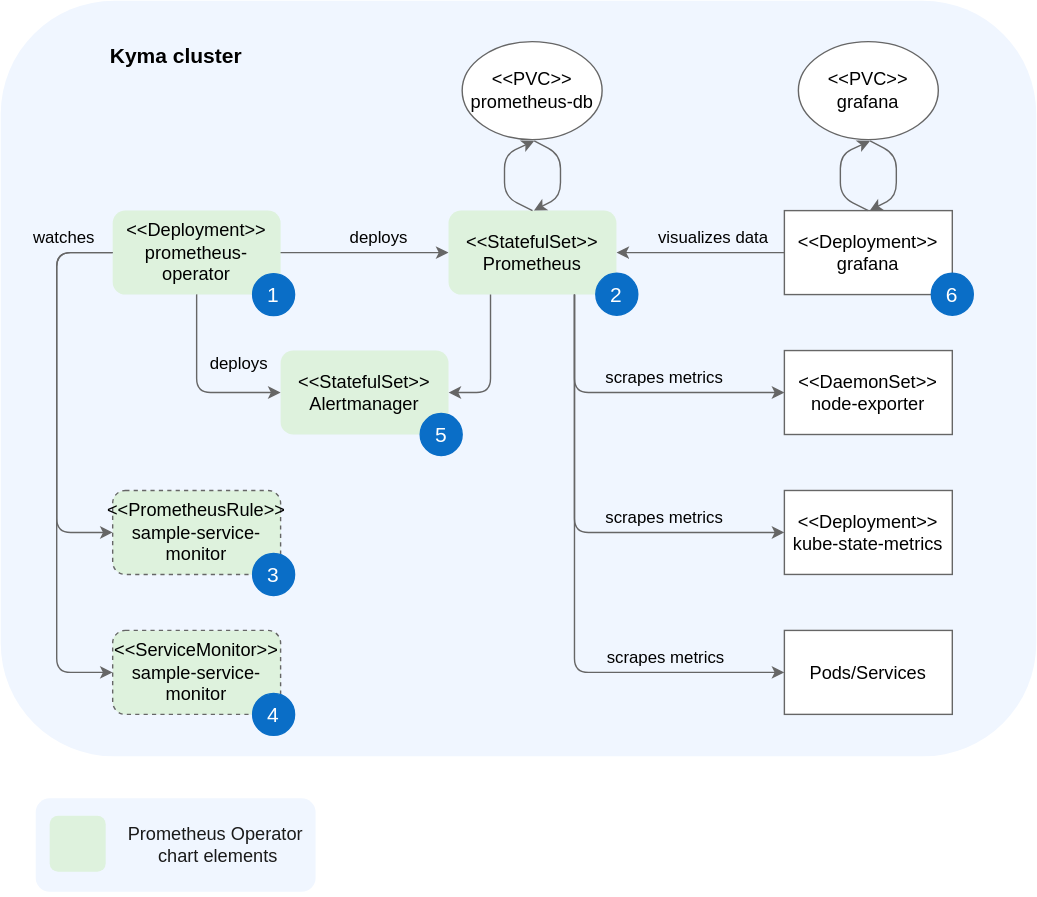
Before: docs/05-technical-reference/00-architecture/assets/obsv-monitoring-architecture.svg, a diagram exported from draw.io (kyma-project/kyma). Source tidied: cells renumbered, new cells last; positions are measured from the earlier drawing's top-left corner, leaving out a move shared by most shapes. The source it was exported from:
```xml
<mxGraphModel>
  <root>
    <mxCell id="0" />
    <mxCell id="1" parent="0" />
    <mxCell id="2" style="rounded=0;whiteSpace=wrap;html=1;strokeColor=none;" parent="1" vertex="1">
      <mxGeometry width="740" height="640" as="geometry" />
    </mxCell>
    <mxCell id="3" style="rounded=1;whiteSpace=wrap;html=1;strokeColor=none;fillColor=#F0F6FF;" parent="1" vertex="1">
      <mxGeometry width="740" height="540" as="geometry" />
    </mxCell>
    <mxCell id="4" style="edgeStyle=orthogonalEdgeStyle;rounded=1;jettySize=auto;html=1;strokeColor=#666666;entryX=0;entryY=0.5;entryDx=0;entryDy=0;" parent="1" edge="1" target="9">
      <mxGeometry relative="1" as="geometry">
        <mxPoint x="140" y="210" as="sourcePoint" />
        <Array as="points">
          <mxPoint x="140" y="180" />
        </Array>
      </mxGeometry>
    </mxCell>
    <mxCell id="5" value="&amp;lt;&amp;lt;Deployment&amp;gt;&amp;gt;&lt;br style=&quot;font-size: 13px;&quot;&gt;prometheus-operator" style="rounded=1;whiteSpace=wrap;html=1;strokeWidth=2;fontSize=13;fillColor=#DEF2DD;strokeColor=none;" parent="1" vertex="1">
      <mxGeometry x="80" y="150" width="120" height="60" as="geometry" />
    </mxCell>
    <mxCell id="6" style="edgeStyle=orthogonalEdgeStyle;rounded=1;jettySize=auto;html=1;strokeColor=#666666;" parent="1" edge="1" source="7" target="9">
      <mxGeometry relative="1" as="geometry" />
    </mxCell>
    <mxCell id="7" value="&amp;lt;&amp;lt;Deployment&amp;gt;&amp;gt;&lt;br style=&quot;font-size: 13px;&quot;&gt;grafana" style="rounded=0;whiteSpace=wrap;html=1;strokeWidth=1;fontSize=13;strokeColor=#666666;" parent="1" vertex="1">
      <mxGeometry x="560" y="150" width="120" height="60" as="geometry" />
    </mxCell>
    <mxCell id="8" value="&amp;lt;&amp;lt;Deployment&amp;gt;&amp;gt;&lt;br style=&quot;font-size: 13px;&quot;&gt;kube-state-metrics" style="rounded=0;whiteSpace=wrap;html=1;strokeWidth=1;fontSize=13;strokeColor=#666666;" parent="1" vertex="1">
      <mxGeometry x="560" y="350" width="120" height="60" as="geometry" />
    </mxCell>
    <mxCell id="9" value="&lt;font style=&quot;font-size: 13px&quot;&gt;&amp;lt;&amp;lt;StatefulSet&amp;gt;&amp;gt;&lt;br style=&quot;font-size: 13px;&quot;&gt;Prometheus&lt;/font&gt;" style="rounded=1;whiteSpace=wrap;html=1;strokeWidth=2;fontSize=13;fillColor=#DEF2DD;strokeColor=none;" parent="1" vertex="1">
      <mxGeometry x="320" y="150" width="120" height="60" as="geometry" />
    </mxCell>
    <mxCell id="10" value="&amp;lt;&amp;lt;PVC&amp;gt;&amp;gt;&lt;br style=&quot;font-size: 13px;&quot;&gt;prometheus-db" style="ellipse;whiteSpace=wrap;html=1;strokeWidth=1;fontSize=13;strokeColor=#666666;" parent="1" vertex="1">
      <mxGeometry x="329.8" y="29.2" width="100" height="70" as="geometry" />
    </mxCell>
    <mxCell id="11" value="&amp;lt;&amp;lt;PVC&amp;gt;&amp;gt;&lt;br style=&quot;font-size: 13px;&quot;&gt;grafana" style="ellipse;whiteSpace=wrap;html=1;strokeWidth=1;fontSize=13;strokeColor=#666666;" parent="1" vertex="1">
      <mxGeometry x="570" y="29.2" width="100" height="70" as="geometry" />
    </mxCell>
    <mxCell id="12" value="&amp;lt;&amp;lt;DaemonSet&amp;gt;&amp;gt;&lt;br style=&quot;font-size: 13px;&quot;&gt;node-exporter" style="rounded=0;whiteSpace=wrap;html=1;strokeWidth=1;fontSize=13;strokeColor=#666666;" parent="1" vertex="1">
      <mxGeometry x="560" y="250" width="120" height="60" as="geometry" />
    </mxCell>
    <mxCell id="13" value="Pods/Services" style="rounded=0;whiteSpace=wrap;html=1;strokeWidth=1;fontSize=13;strokeColor=#666666;" parent="1" vertex="1">
      <mxGeometry x="560" y="450" width="120" height="60" as="geometry" />
    </mxCell>
    <mxCell id="14" value="&lt;font style=&quot;font-size: 15px&quot; color=&quot;#ffffff&quot;&gt;1&lt;/font&gt;" style="ellipse;whiteSpace=wrap;html=1;fillColor=#0A6EC7;strokeColor=#0A6EC7;" parent="1" vertex="1">
      <mxGeometry x="180" y="195" width="30" height="30" as="geometry" />
    </mxCell>
    <mxCell id="15" value="&amp;lt;&amp;lt;PrometheusRule&amp;gt;&amp;gt;&lt;br style=&quot;font-size: 13px&quot;&gt;sample-service-monitor" style="rounded=1;whiteSpace=wrap;html=1;strokeWidth=1;fontSize=13;fillColor=#DEF2DD;dashed=1;strokeColor=#666666;" parent="1" vertex="1">
      <mxGeometry x="80" y="350" width="120" height="60" as="geometry" />
    </mxCell>
    <mxCell id="16" value="scrapes metrics" style="text;html=1;align=center;verticalAlign=middle;" parent="1" vertex="1">
      <mxGeometry x="424.2" y="260" width="100" height="20" as="geometry" />
    </mxCell>
    <mxCell id="17" value="passes alerts" style="text;html=1;align=center;verticalAlign=middle;" parent="1" vertex="1">
      <mxGeometry x="225" y="260" width="90" height="20" as="geometry" />
    </mxCell>
    <mxCell id="18" value="visualizes data" style="text;html=1;align=center;verticalAlign=middle;" parent="1" vertex="1">
      <mxGeometry x="464.2" y="160" width="90" height="20" as="geometry" />
    </mxCell>
    <mxCell id="19" value="&lt;font style=&quot;font-size: 15px&quot; color=&quot;#ffffff&quot;&gt;2&lt;/font&gt;" style="ellipse;whiteSpace=wrap;html=1;fillColor=#0A6EC7;strokeColor=#0A6EC7;" parent="1" vertex="1">
      <mxGeometry x="425.2" y="194.8" width="30" height="30" as="geometry" />
    </mxCell>
    <mxCell id="20" value="&lt;font style=&quot;font-size: 15px&quot; color=&quot;#ffffff&quot;&gt;3&lt;/font&gt;" style="ellipse;whiteSpace=wrap;html=1;fillColor=#0A6EC7;strokeColor=#0A6EC7;" parent="1" vertex="1">
      <mxGeometry x="180" y="395" width="30" height="30" as="geometry" />
    </mxCell>
    <mxCell id="21" value="&lt;font style=&quot;font-size: 15px&quot; color=&quot;#ffffff&quot;&gt;6&lt;/font&gt;" style="ellipse;whiteSpace=wrap;html=1;fillColor=#0A6EC7;strokeColor=#0A6EC7;" parent="1" vertex="1">
      <mxGeometry x="665" y="194.8" width="30" height="30" as="geometry" />
    </mxCell>
    <mxCell id="22" value="deploys" style="text;html=1;align=center;verticalAlign=middle;" parent="1" vertex="1">
      <mxGeometry x="139.8" y="250" width="60" height="20" as="geometry" />
    </mxCell>
    <mxCell id="23" style="edgeStyle=orthogonalEdgeStyle;rounded=1;jettySize=auto;html=1;strokeColor=#666666;exitX=0.75;exitY=1;exitDx=0;exitDy=0;entryX=0;entryY=0.5;entryDx=0;entryDy=0;" parent="1" edge="1" source="9" target="8">
      <mxGeometry relative="1" as="geometry" />
    </mxCell>
    <mxCell id="24" style="edgeStyle=orthogonalEdgeStyle;rounded=1;jettySize=auto;html=1;strokeColor=#666666;exitX=0.75;exitY=1;exitDx=0;exitDy=0;entryX=0;entryY=0.5;entryDx=0;entryDy=0;" parent="1" edge="1" source="9" target="12">
      <mxGeometry relative="1" as="geometry" />
    </mxCell>
    <mxCell id="25" value="scrapes metrics" style="text;html=1;align=center;verticalAlign=middle;" parent="1" vertex="1">
      <mxGeometry x="424.2" y="360" width="100" height="20" as="geometry" />
    </mxCell>
    <mxCell id="26" style="edgeStyle=orthogonalEdgeStyle;rounded=1;jettySize=auto;html=1;strokeColor=#666666;exitX=0.75;exitY=1;exitDx=0;exitDy=0;entryX=0;entryY=0.5;entryDx=0;entryDy=0;" parent="1" edge="1" source="9" target="13">
      <mxGeometry relative="1" as="geometry" />
    </mxCell>
    <mxCell id="27" style="edgeStyle=orthogonalEdgeStyle;rounded=1;jettySize=auto;html=1;exitX=0;exitY=0.5;exitDx=0;exitDy=0;strokeColor=#666666;entryX=0;entryY=0.5;entryDx=0;entryDy=0;" parent="1" edge="1" source="5" target="15">
      <mxGeometry relative="1" as="geometry">
        <Array as="points">
          <mxPoint x="40" y="180" />
          <mxPoint x="40" y="380" />
        </Array>
      </mxGeometry>
    </mxCell>
    <mxCell id="28" style="edgeStyle=orthogonalEdgeStyle;rounded=1;jettySize=auto;html=1;strokeColor=#666666;entryX=1;entryY=0.5;entryDx=0;entryDy=0;exitX=0.25;exitY=1;exitDx=0;exitDy=0;" parent="1" edge="1" source="9" target="36">
      <mxGeometry relative="1" as="geometry" />
    </mxCell>
    <mxCell id="29" style="rounded=1;whiteSpace=wrap;html=1;strokeColor=none;fillColor=#F0F6FF;" parent="1" vertex="1">
      <mxGeometry x="25" y="570" width="200" height="66.8" as="geometry" />
    </mxCell>
    <mxCell id="30" value="&lt;font color=&quot;#1a1a1a&quot;&gt;Prometheus Operator&amp;nbsp; &lt;br&gt;chart elements&lt;/font&gt;" style="text;html=1;align=center;verticalAlign=middle;fontSize=13;fontColor=#24CACC;" parent="1" vertex="1">
      <mxGeometry x="85" y="582.5" width="140" height="40" as="geometry" />
    </mxCell>
    <mxCell id="31" style="rounded=1;whiteSpace=wrap;html=1;strokeColor=none;fillColor=#DEF2DD;" parent="1" vertex="1">
      <mxGeometry x="35" y="582.5" width="40" height="40" as="geometry" />
    </mxCell>
    <mxCell id="32" value="&lt;font style=&quot;font-size: 15px&quot;&gt;&lt;b&gt;Kyma cluster&lt;/b&gt;&lt;/font&gt;" style="text;html=1;align=center;verticalAlign=middle;" parent="1" vertex="1">
      <mxGeometry x="70" y="29.2" width="110" height="20" as="geometry" />
    </mxCell>
    <mxCell id="33" value="&amp;lt;&amp;lt;ServiceMonitor&amp;gt;&amp;gt;&lt;br style=&quot;font-size: 13px&quot;&gt;sample-service-monitor" style="rounded=1;whiteSpace=wrap;html=1;strokeWidth=1;fontSize=13;fillColor=#DEF2DD;dashed=1;strokeColor=#666666;" parent="1" vertex="1">
      <mxGeometry x="80" y="450" width="120" height="60" as="geometry" />
    </mxCell>
    <mxCell id="34" value="scrapes metrics" style="text;html=1;align=center;verticalAlign=middle;" parent="1" vertex="1">
      <mxGeometry x="424.8" y="460" width="100" height="20" as="geometry" />
    </mxCell>
    <mxCell id="35" value="watches" style="text;html=1;align=center;verticalAlign=middle;" parent="1" vertex="1">
      <mxGeometry x="15" y="160" width="60" height="20" as="geometry" />
    </mxCell>
    <mxCell id="36" value="&amp;lt;&amp;lt;StatefulSet&amp;gt;&amp;gt;&lt;br style=&quot;font-size: 13px;&quot;&gt;Alertmanager" style="rounded=1;whiteSpace=wrap;html=1;strokeWidth=2;fontSize=13;fillColor=#DEF2DD;strokeColor=none;" parent="1" vertex="1">
      <mxGeometry x="200" y="250" width="120" height="60" as="geometry" />
    </mxCell>
    <mxCell id="37" value="&lt;font style=&quot;font-size: 15px&quot; color=&quot;#ffffff&quot;&gt;5&lt;/font&gt;" style="ellipse;whiteSpace=wrap;html=1;fillColor=#0A6EC7;strokeColor=#0A6EC7;" parent="1" vertex="1">
      <mxGeometry x="299.8" y="295" width="30" height="30" as="geometry" />
    </mxCell>
    <mxCell id="38" value="deploys" style="text;html=1;align=center;verticalAlign=middle;" parent="1" vertex="1">
      <mxGeometry x="240" y="160" width="60" height="20" as="geometry" />
    </mxCell>
    <mxCell id="39" style="edgeStyle=orthogonalEdgeStyle;rounded=1;jettySize=auto;html=1;exitX=0;exitY=0.5;exitDx=0;exitDy=0;strokeColor=#666666;entryX=0;entryY=0.5;entryDx=0;entryDy=0;" parent="1" edge="1" source="5" target="33">
      <mxGeometry relative="1" as="geometry">
        <Array as="points">
          <mxPoint x="40" y="180" />
          <mxPoint x="40" y="480" />
        </Array>
      </mxGeometry>
    </mxCell>
    <mxCell id="40" style="edgeStyle=orthogonalEdgeStyle;rounded=1;jettySize=auto;html=1;strokeColor=#666666;entryX=0;entryY=0.5;entryDx=0;entryDy=0;" parent="1" edge="1" target="36">
      <mxGeometry relative="1" as="geometry">
        <mxPoint x="140" y="210" as="sourcePoint" />
        <Array as="points">
          <mxPoint x="140" y="280" />
        </Array>
      </mxGeometry>
    </mxCell>
    <mxCell id="41" style="endArrow=classic;html=1;entryX=0.5;entryY=1;entryDx=0;entryDy=0;exitX=0.5;exitY=0;exitDx=0;exitDy=0;rounded=1;strokeColor=#666666;" parent="1" edge="1" source="9">
      <mxGeometry relative="1" as="geometry">
        <mxPoint x="381.2" y="100.1" as="targetPoint" />
        <Array as="points">
          <mxPoint x="360" y="140" />
          <mxPoint x="360" y="110" />
        </Array>
      </mxGeometry>
    </mxCell>
    <mxCell id="42" style="endArrow=none;html=1;startArrow=classic;startFill=1;endFill=0;entryX=0.5;entryY=1;entryDx=0;entryDy=0;rounded=1;strokeColor=#666666;" parent="1" edge="1">
      <mxGeometry relative="1" as="geometry">
        <mxPoint x="381" y="150" as="sourcePoint" />
        <mxPoint x="381.2" y="100.1" as="targetPoint" />
        <Array as="points">
          <mxPoint x="400" y="140" />
          <mxPoint x="400" y="110" />
        </Array>
      </mxGeometry>
    </mxCell>
    <mxCell id="43" style="endArrow=classic;html=1;entryX=0.5;entryY=1;entryDx=0;entryDy=0;exitX=0.5;exitY=0;exitDx=0;exitDy=0;rounded=1;strokeColor=#666666;" parent="1" edge="1">
      <mxGeometry relative="1" as="geometry">
        <mxPoint x="620" y="150" as="sourcePoint" />
        <mxPoint x="621.2" y="100.1" as="targetPoint" />
        <Array as="points">
          <mxPoint x="600" y="140" />
          <mxPoint x="600" y="110" />
        </Array>
      </mxGeometry>
    </mxCell>
    <mxCell id="44" style="endArrow=none;html=1;startArrow=classic;startFill=1;endFill=0;entryX=0.5;entryY=1;entryDx=0;entryDy=0;rounded=1;strokeColor=#666666;" parent="1" edge="1">
      <mxGeometry relative="1" as="geometry">
        <mxPoint x="621" y="150" as="sourcePoint" />
        <mxPoint x="621.2" y="100.1" as="targetPoint" />
        <Array as="points">
          <mxPoint x="640" y="140" />
          <mxPoint x="640" y="110" />
        </Array>
      </mxGeometry>
    </mxCell>
    <mxCell id="45" value="&lt;font style=&quot;font-size: 15px&quot; color=&quot;#ffffff&quot;&gt;4&lt;/font&gt;" style="ellipse;whiteSpace=wrap;html=1;fillColor=#0A6EC7;strokeColor=#0A6EC7;" parent="1" vertex="1">
      <mxGeometry x="180" y="495" width="30" height="30" as="geometry" />
    </mxCell>
  </root>
</mxGraphModel>
```
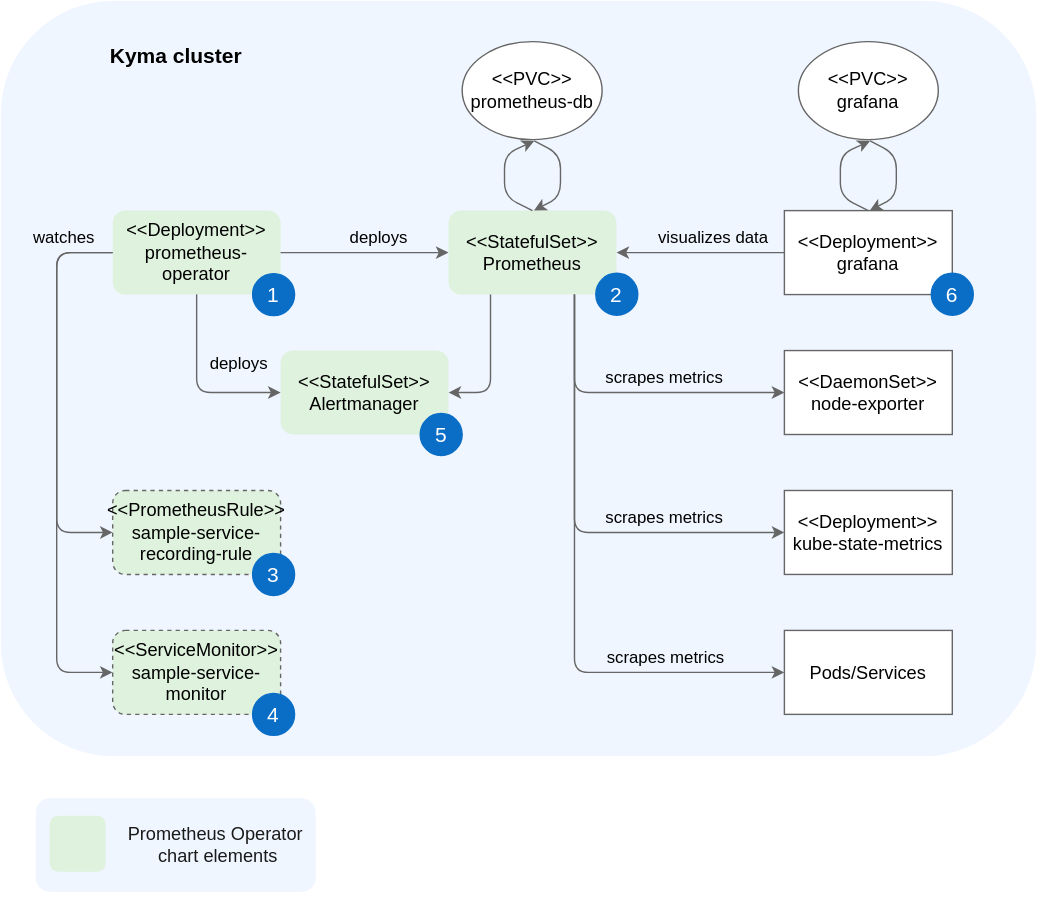
After the commit.

Diff of the diagram source:
```diff
@@ -46,7 +46,7 @@
     <mxCell id="14" value="&lt;font style=&quot;font-size: 15px&quot; color=&quot;#ffffff&quot;&gt;1&lt;/font&gt;" style="ellipse;whiteSpace=wrap;html=1;fillColor=#0A6EC7;strokeColor=#0A6EC7;" parent="1" vertex="1">
       <mxGeometry x="180" y="195" width="30" height="30" as="geometry" />
     </mxCell>
-    <mxCell id="15" value="&amp;lt;&amp;lt;PrometheusRule&amp;gt;&amp;gt;&lt;br style=&quot;font-size: 13px&quot;&gt;sample-service-monitor" style="rounded=1;whiteSpace=wrap;html=1;strokeWidth=1;fontSize=13;fillColor=#DEF2DD;dashed=1;strokeColor=#666666;" parent="1" vertex="1">
+    <mxCell id="15" value="&amp;lt;&amp;lt;PrometheusRule&amp;gt;&amp;gt;&lt;br style=&quot;font-size: 13px&quot;&gt;sample-service-recording-rule" style="rounded=1;whiteSpace=wrap;html=1;strokeWidth=1;fontSize=13;fillColor=#DEF2DD;dashed=1;strokeColor=#666666;" parent="1" vertex="1">
       <mxGeometry x="80" y="350" width="120" height="60" as="geometry" />
     </mxCell>
     <mxCell id="16" value="scrapes metrics" style="text;html=1;align=center;verticalAlign=middle;" parent="1" vertex="1">
```
